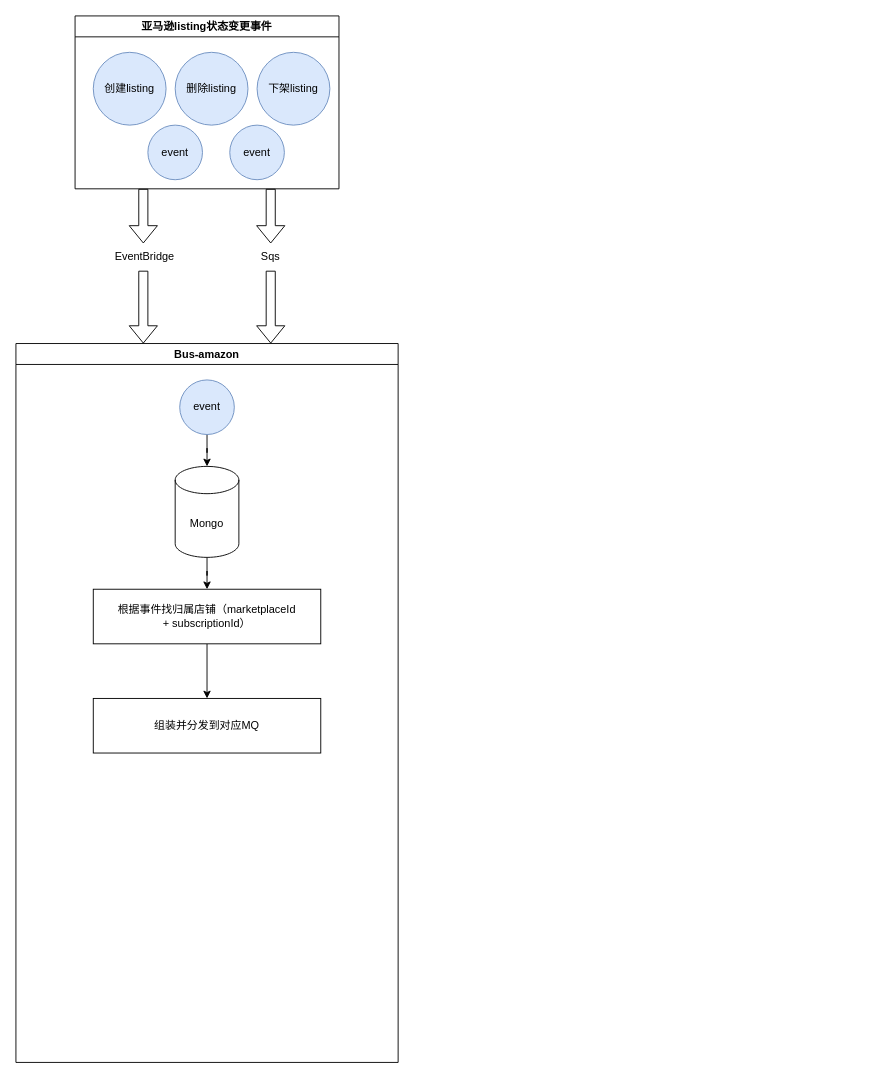
Before: sqs流程梳理.drawio in stackWang/tools, a draw.io diagram. Source tidied: cells renumbered, new cells numbered last; positions are measured from the earlier drawing's top-left corner, leaving out a move shared by most shapes. Both pictures are drawn from the tidied source at 91%, with x=0, y=0 at pixel (15, 15).
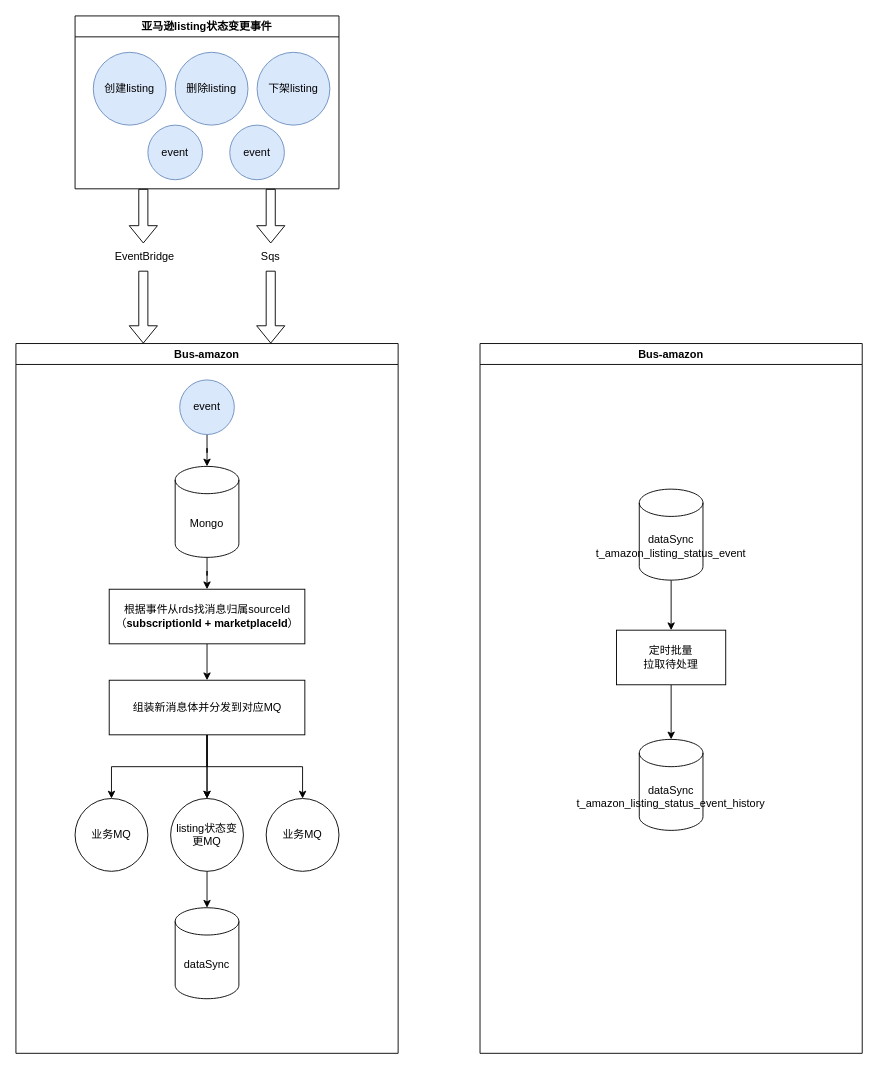
After the change.

Commit message:
更新sqs流程梳理.drawio

What changed in the source:
```diff
@@
     <mxCell id="14" value="Bus-amazon" style="swimlane;whiteSpace=wrap;html=1;" parent="1" vertex="1">
-      <mxGeometry y="360" width="420" height="790" as="geometry" />
+      <mxGeometry y="360" width="420" height="780" as="geometry" />
     </mxCell>
@@
-    <mxCell id="19" style="edgeStyle=orthogonalEdgeStyle;rounded=0;jettySize=auto;html=1;entryX=0.5;entryY=0;entryDx=0;entryDy=0;" parent="14" edge="1" source="20" target="21">
-      <mxGeometry relative="1" as="geometry" />
-    </mxCell>
+    <mxCell id="22" style="edgeStyle=orthogonalEdgeStyle;rounded=0;jettySize=auto;html=1;entryX=0.5;entryY=0;entryDx=0;entryDy=0;" parent="14" edge="1" source="20" target="27">
+      <mxGeometry relative="1" as="geometry" />
+    </mxCell>
-    <mxCell id="20" value="根据事件找归属店铺（marketplaceId +&amp;nbsp;subscriptionId&lt;span style=&quot;background-color: initial;&quot;&gt;）&lt;/span&gt;" style="rounded=0;whiteSpace=wrap;html=1;" parent="14" vertex="1">
-      <mxGeometry x="85" y="270" width="250" height="60" as="geometry" />
+    <mxCell id="20" value="根据事件从rds找消息归属sourceId&lt;br&gt;（&lt;b style=&quot;border-color: var(--border-color);&quot;&gt;subscriptionId + marketplaceId&lt;/b&gt;）" style="rounded=0;whiteSpace=wrap;html=1;" parent="14" vertex="1">
+      <mxGeometry x="102.5" y="270" width="215" height="60" as="geometry" />
     </mxCell>
-    <mxCell id="21" value="组装并分发到对应MQ" style="rounded=0;whiteSpace=wrap;html=1;" parent="14" vertex="1">
-      <mxGeometry x="85" y="390" width="250" height="60" as="geometry" />
-    </mxCell>
+    <mxCell id="23" style="edgeStyle=orthogonalEdgeStyle;rounded=0;jettySize=auto;html=1;" parent="14" edge="1" source="27" target="29">
+      <mxGeometry relative="1" as="geometry" />
+    </mxCell>
+    <mxCell id="24" style="edgeStyle=orthogonalEdgeStyle;rounded=0;jettySize=auto;html=1;" parent="14" edge="1" source="27" target="29">
+      <mxGeometry relative="1" as="geometry" />
+    </mxCell>
+    <mxCell id="25" style="edgeStyle=orthogonalEdgeStyle;rounded=0;jettySize=auto;html=1;entryX=0.5;entryY=0;entryDx=0;entryDy=0;" parent="14" edge="1" source="27" target="31">
+      <mxGeometry relative="1" as="geometry" />
+    </mxCell>
+    <mxCell id="26" style="edgeStyle=orthogonalEdgeStyle;rounded=0;jettySize=auto;html=1;entryX=0.5;entryY=0;entryDx=0;entryDy=0;" parent="14" edge="1" source="27" target="30">
+      <mxGeometry relative="1" as="geometry" />
+    </mxCell>
+    <mxCell id="27" value="组装新消息体并分发到对应MQ" style="rounded=0;whiteSpace=wrap;html=1;" parent="14" vertex="1">
+      <mxGeometry x="102.5" y="370" width="215" height="60" as="geometry" />
+    </mxCell>
+    <mxCell id="28" style="edgeStyle=orthogonalEdgeStyle;rounded=0;jettySize=auto;html=1;" parent="14" edge="1" source="29" target="32">
+      <mxGeometry relative="1" as="geometry" />
+    </mxCell>
+    <mxCell id="29" value="listing状态变更MQ" style="ellipse;whiteSpace=wrap;html=1;rounded=0;" parent="14" vertex="1">
+      <mxGeometry x="170" y="500" width="80" height="80" as="geometry" />
+    </mxCell>
+    <mxCell id="30" value="业务MQ" style="ellipse;whiteSpace=wrap;html=1;rounded=0;" parent="14" vertex="1">
+      <mxGeometry x="65" y="500" width="80" height="80" as="geometry" />
+    </mxCell>
+    <mxCell id="31" value="业务MQ" style="ellipse;whiteSpace=wrap;html=1;rounded=0;" parent="14" vertex="1">
+      <mxGeometry x="275" y="500" width="80" height="80" as="geometry" />
+    </mxCell>
+    <mxCell id="32" value="dataSync" style="shape=cylinder3;whiteSpace=wrap;html=1;boundedLbl=1;backgroundOutline=1;size=15;" parent="14" vertex="1">
+      <mxGeometry x="175" y="620" width="70" height="100" as="geometry" />
+    </mxCell>
+    <mxCell id="33" value="Bus-amazon" style="swimlane;whiteSpace=wrap;html=1;" parent="1" vertex="1">
+      <mxGeometry x="510" y="360" width="420" height="780" as="geometry" />
+    </mxCell>
+    <mxCell id="34" style="edgeStyle=orthogonalEdgeStyle;rounded=0;jettySize=auto;html=1;" parent="33" edge="1" source="35" target="37">
+      <mxGeometry relative="1" as="geometry" />
+    </mxCell>
+    <mxCell id="35" value="dataSync&lt;br&gt;t_amazon_listing_status_event" style="shape=cylinder3;whiteSpace=wrap;html=1;boundedLbl=1;backgroundOutline=1;size=15;" parent="33" vertex="1">
+      <mxGeometry x="175" y="160" width="70" height="100" as="geometry" />
+    </mxCell>
+    <mxCell id="36" style="edgeStyle=orthogonalEdgeStyle;rounded=0;jettySize=auto;html=1;" parent="33" edge="1" source="37" target="38">
+      <mxGeometry relative="1" as="geometry" />
+    </mxCell>
+    <mxCell id="37" value="定时批量&lt;br&gt;拉取待处理" style="whiteSpace=wrap;html=1;" parent="33" vertex="1">
+      <mxGeometry x="150" y="315" width="120" height="60" as="geometry" />
+    </mxCell>
+    <mxCell id="38" value="dataSync&lt;br&gt;t_amazon_listing_status_event_history" style="shape=cylinder3;whiteSpace=wrap;html=1;boundedLbl=1;backgroundOutline=1;size=15;" parent="33" vertex="1">
+      <mxGeometry x="175" y="435" width="70" height="100" as="geometry" />
+    </mxCell>
```
